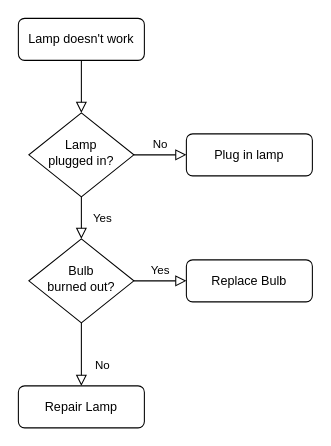
The draw.io diagram draws/Untitled Diagram.drawio in neoxue/simple-tools, before the edit. Source tidied: cells renumbered, new cells numbered last; positions are measured from the earlier drawing's top-left corner, leaving out a move shared by most shapes. Both pictures are drawn from the tidied source at 105%, with x=0, y=0 at pixel (18, 18).
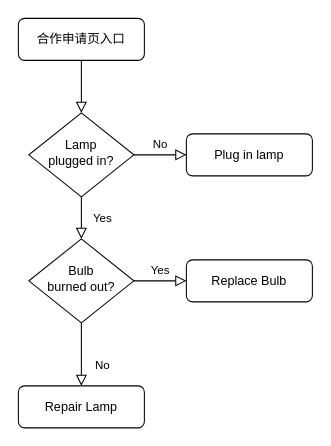
Above is the later version.

Commit message:
申请逻辑图.drawio

Change to the diagram source:
```diff
@@
 <mxGraphModel>
   <root>
     <mxCell id="0" />
     <mxCell id="1" parent="0" />
     <mxCell id="2" style="rounded=0;html=1;jettySize=auto;fontSize=11;endArrow=block;endFill=0;endSize=8;strokeWidth=1;shadow=0;labelBackgroundColor=none;edgeStyle=orthogonalEdgeStyle;" parent="1" edge="1" source="3" target="6">
       <mxGeometry relative="1" as="geometry" />
     </mxCell>
-    <mxCell id="3" value="Lamp doesn't work" style="rounded=1;whiteSpace=wrap;html=1;fontSize=12;glass=0;strokeWidth=1;shadow=0;" parent="1" vertex="1">
+    <mxCell id="3" value="合作申请页入口" style="rounded=1;whiteSpace=wrap;html=1;fontSize=12;glass=0;strokeWidth=1;shadow=0;" parent="1" vertex="1">
       <mxGeometry width="120" height="40" as="geometry" />
     </mxCell>
     <mxCell id="4" value="Yes" style="rounded=0;html=1;jettySize=auto;fontSize=11;endArrow=block;endFill=0;endSize=8;strokeWidth=1;shadow=0;labelBackgroundColor=none;edgeStyle=orthogonalEdgeStyle;" parent="1" edge="1" source="6" target="10">
       <mxGeometry y="20" relative="1" as="geometry" />
     </mxCell>
     <mxCell id="5" value="No" style="edgeStyle=orthogonalEdgeStyle;rounded=0;html=1;jettySize=auto;fontSize=11;endArrow=block;endFill=0;endSize=8;strokeWidth=1;shadow=0;labelBackgroundColor=none;" parent="1" edge="1" source="6" target="7">
       <mxGeometry y="10" relative="1" as="geometry" />
     </mxCell>
     <mxCell id="6" value="Lamp&lt;br&gt;plugged in?" style="rhombus;whiteSpace=wrap;html=1;shadow=0;fontFamily=Helvetica;fontSize=12;align=center;strokeWidth=1;spacing=6;spacingTop=-4;" parent="1" vertex="1">
       <mxGeometry x="10" y="90" width="100" height="80" as="geometry" />
     </mxCell>
     <mxCell id="7" value="Plug in lamp" style="rounded=1;whiteSpace=wrap;html=1;fontSize=12;glass=0;strokeWidth=1;shadow=0;" parent="1" vertex="1">
       <mxGeometry x="160" y="110" width="120" height="40" as="geometry" />
     </mxCell>
     <mxCell id="8" value="No" style="rounded=0;html=1;jettySize=auto;fontSize=11;endArrow=block;endFill=0;endSize=8;strokeWidth=1;shadow=0;labelBackgroundColor=none;edgeStyle=orthogonalEdgeStyle;" parent="1" edge="1" source="10" target="11">
       <mxGeometry x="0.33" y="20" relative="1" as="geometry" />
     </mxCell>
     <mxCell id="9" value="Yes" style="edgeStyle=orthogonalEdgeStyle;rounded=0;html=1;jettySize=auto;fontSize=11;endArrow=block;endFill=0;endSize=8;strokeWidth=1;shadow=0;labelBackgroundColor=none;" parent="1" edge="1" source="10" target="12">
       <mxGeometry y="10" relative="1" as="geometry" />
     </mxCell>
     <mxCell id="10" value="Bulb&lt;br&gt;burned out?" style="rhombus;whiteSpace=wrap;html=1;shadow=0;fontFamily=Helvetica;fontSize=12;align=center;strokeWidth=1;spacing=6;spacingTop=-4;" parent="1" vertex="1">
       <mxGeometry x="10" y="210" width="100" height="80" as="geometry" />
     </mxCell>
     <mxCell id="11" value="Repair Lamp" style="rounded=1;whiteSpace=wrap;html=1;fontSize=12;glass=0;strokeWidth=1;shadow=0;" parent="1" vertex="1">
       <mxGeometry y="350" width="120" height="40" as="geometry" />
     </mxCell>
     <mxCell id="12" value="Replace Bulb" style="rounded=1;whiteSpace=wrap;html=1;fontSize=12;glass=0;strokeWidth=1;shadow=0;" parent="1" vertex="1">
       <mxGeometry x="160" y="230" width="120" height="40" as="geometry" />
     </mxCell>
   </root>
 </mxGraphModel>
```
